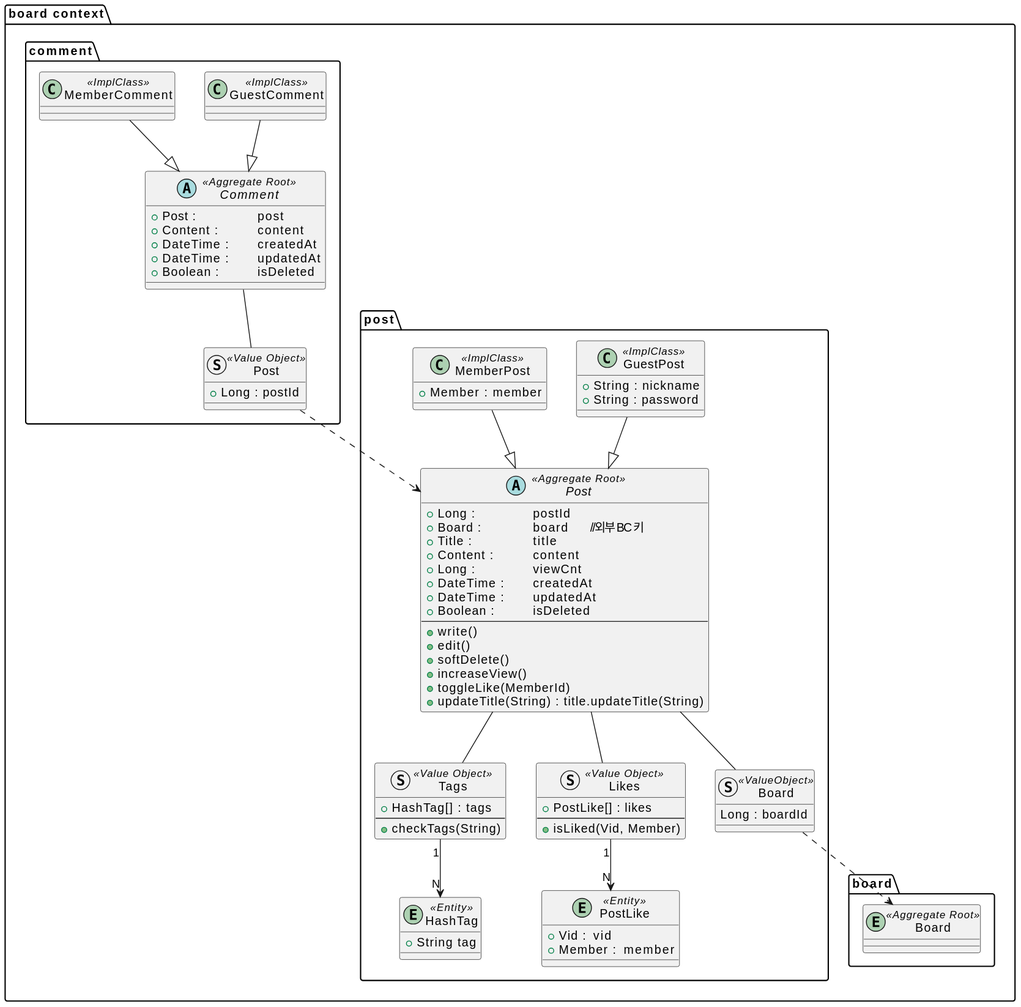
Earlier version of the PlantUML export document/puml/boardContext.svg (SimpleBoardTeam/simpleBoard-server).
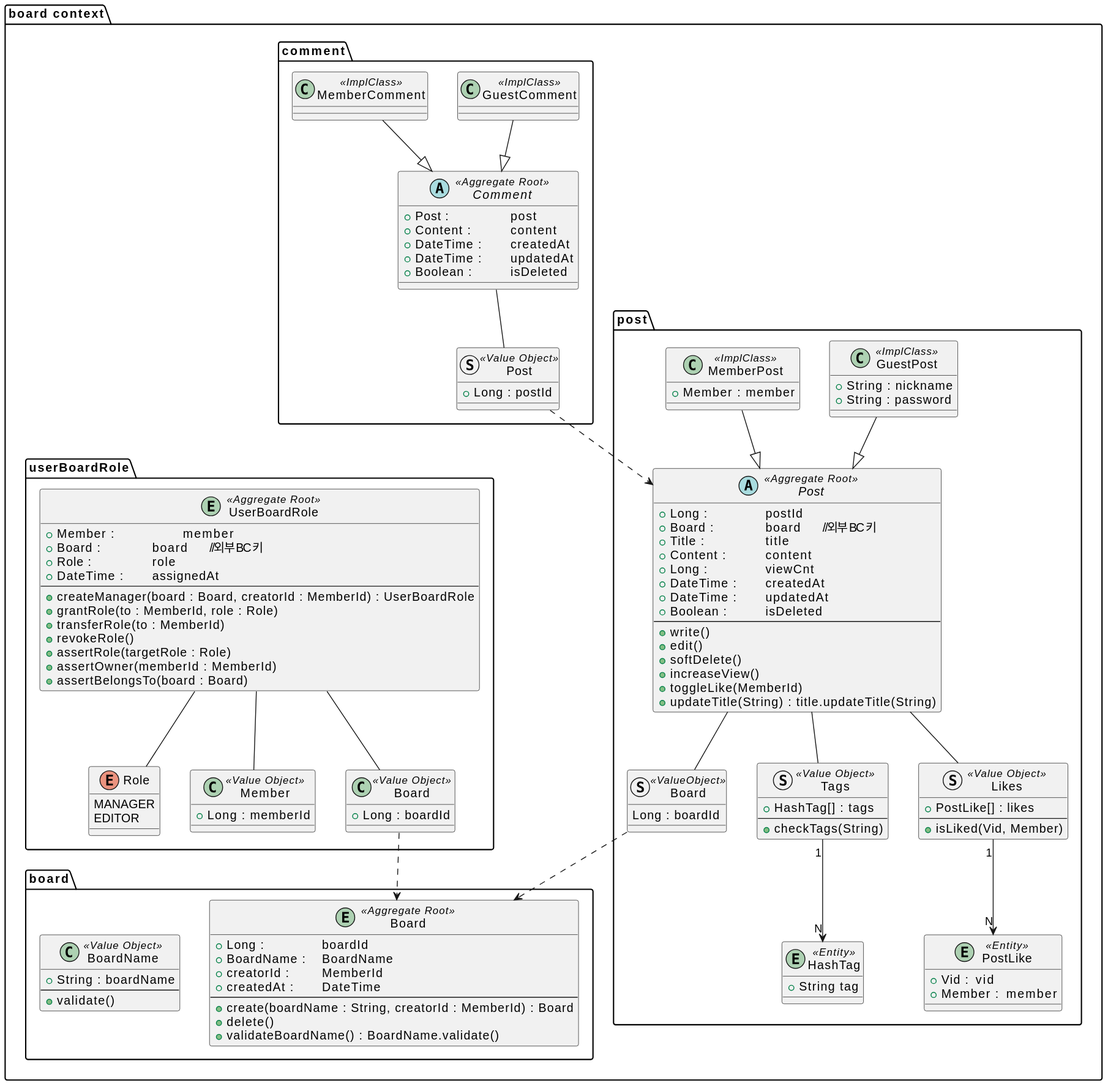
Later version of the same file.

Diff of the diagram source:
```diff
@@ -5,9 +5,11 @@
     !include boardcontext/boardAggregate.puml
     !include boardcontext/postAggregate.puml
     !include boardcontext/commentAggregate.puml
+    !include boardcontext/userBoardRoleAggregate.puml
 
     post.Board ..> board.Board
     comment.Post ..> post.Post
+    userBoardRole.Board ..> board.Board
 
 }
 @enduml
```
